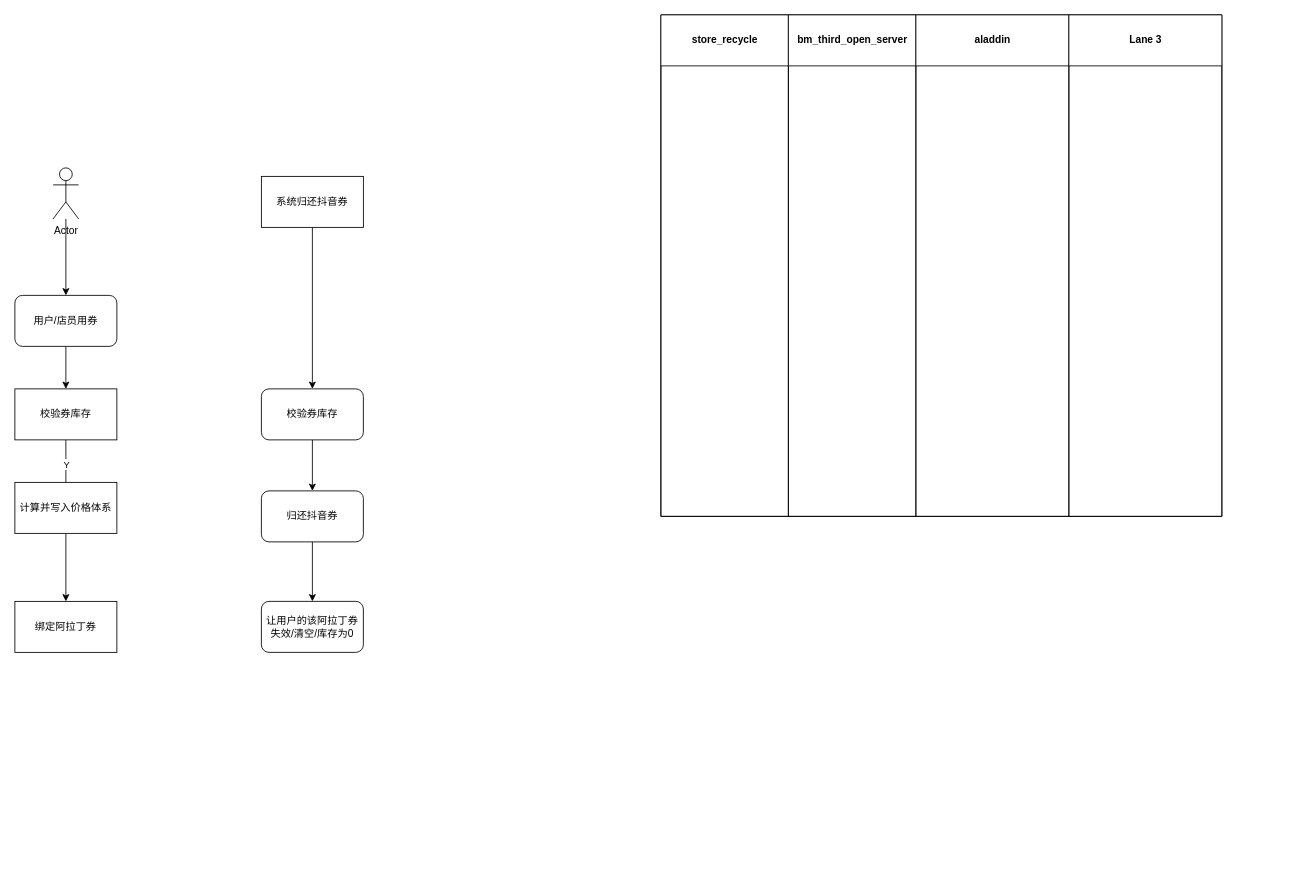
The draw.io diagram 未命名绘图.drawio in resp-200/drowio, before the edit. Source tidied: cells renumbered, new cells numbered last; positions are measured from the earlier drawing's top-left corner, leaving out a move shared by most shapes. Both pictures are drawn from the tidied source at 85%, with x=0, y=0 at pixel (14, 14).
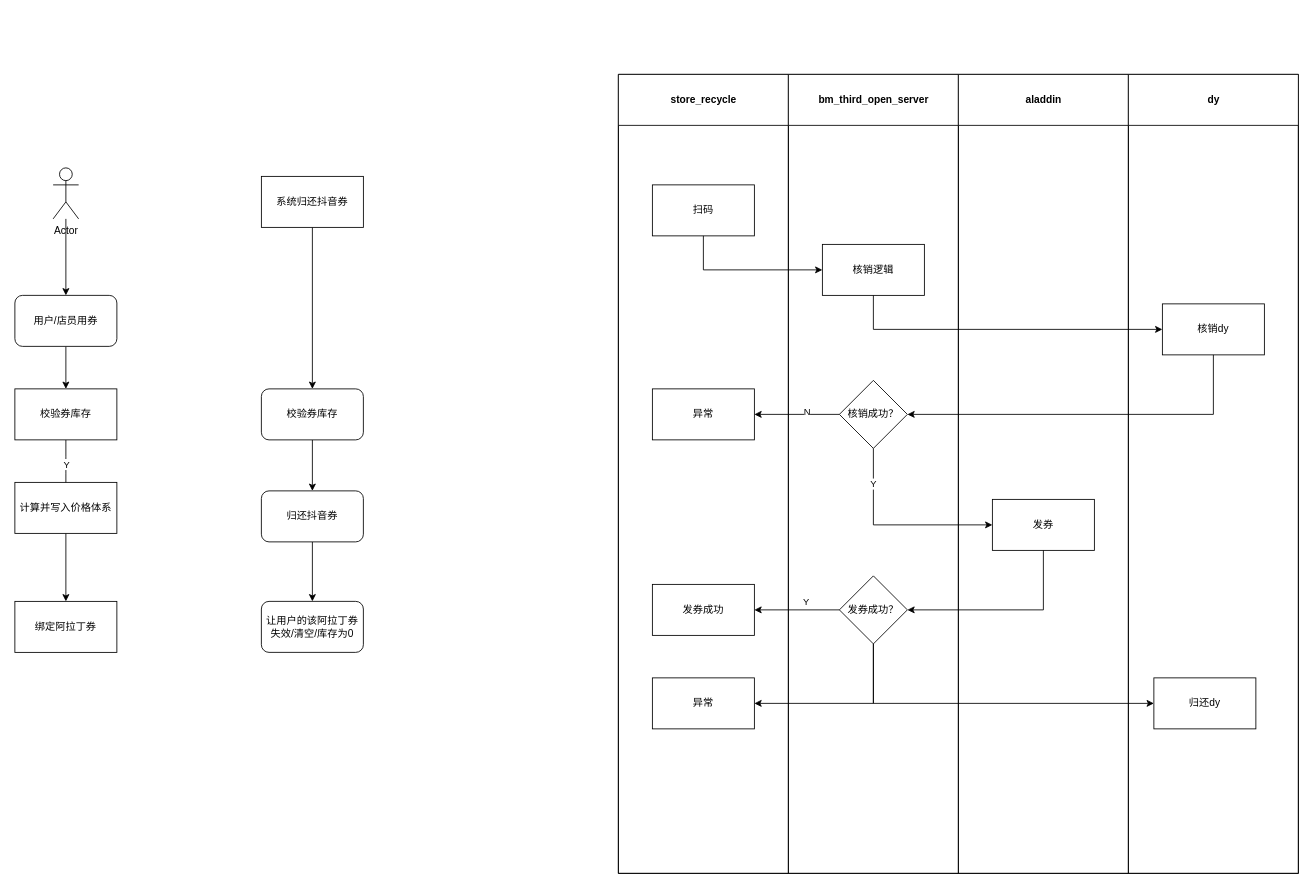
The same diagram, later.

Commit message:
更新未命名绘图.drawio

What changed in the source:
```diff
@@
     <mxCell id="19" style="swimlane;startSize=0;html=1;" parent="1" vertex="1">
-      <mxGeometry x="760" width="660" height="590" as="geometry" />
+      <mxGeometry x="710" y="70" width="800" height="940" as="geometry" />
     </mxCell>
     <mxCell id="20" value="store_recycle" style="swimlane;startSize=60;html=1;" parent="19" vertex="1">
-      <mxGeometry width="150" height="590" as="geometry" />
+      <mxGeometry width="200" height="940" as="geometry" />
     </mxCell>
+    <mxCell id="24" value="扫码" style="rounded=0;whiteSpace=wrap;html=1;" parent="20" vertex="1">
+      <mxGeometry x="40" y="130" width="120" height="60" as="geometry" />
+    </mxCell>
+    <mxCell id="25" value="异常" style="rounded=0;whiteSpace=wrap;html=1;" parent="20" vertex="1">
+      <mxGeometry x="40" y="370" width="120" height="60" as="geometry" />
+    </mxCell>
+    <mxCell id="26" value="发券成功" style="rounded=0;whiteSpace=wrap;html=1;" parent="20" vertex="1">
+      <mxGeometry x="40" y="600" width="120" height="60" as="geometry" />
+    </mxCell>
+    <mxCell id="27" value="异常" style="rounded=0;whiteSpace=wrap;html=1;" parent="20" vertex="1">
+      <mxGeometry x="40" y="710" width="120" height="60" as="geometry" />
+    </mxCell>
     <mxCell id="21" value="bm_third_open_server" style="swimlane;startSize=60;html=1;" parent="19" vertex="1">
-      <mxGeometry x="150" width="150" height="590" as="geometry" />
+      <mxGeometry x="200" width="200" height="940" as="geometry" />
     </mxCell>
+    <mxCell id="28" value="核销逻辑" style="rounded=0;whiteSpace=wrap;html=1;" parent="21" vertex="1">
+      <mxGeometry x="40" y="200" width="120" height="60" as="geometry" />
+    </mxCell>
+    <mxCell id="29" value="核销成功？" style="rhombus;whiteSpace=wrap;html=1;" parent="21" vertex="1">
+      <mxGeometry x="60" y="360" width="80" height="80" as="geometry" />
+    </mxCell>
+    <mxCell id="30" value="发券成功？" style="rhombus;whiteSpace=wrap;html=1;" parent="21" vertex="1">
+      <mxGeometry x="60" y="590" width="80" height="80" as="geometry" />
+    </mxCell>
     <mxCell id="22" value="aladdin" style="swimlane;startSize=60;html=1;" parent="19" vertex="1">
-      <mxGeometry x="300" width="180" height="590" as="geometry" />
+      <mxGeometry x="400" width="200" height="940" as="geometry" />
     </mxCell>
+    <mxCell id="31" value="发券" style="rounded=0;whiteSpace=wrap;html=1;" parent="22" vertex="1">
+      <mxGeometry x="40" y="500" width="120" height="60" as="geometry" />
+    </mxCell>
+    <mxCell id="32" style="edgeStyle=orthogonalEdgeStyle;rounded=0;jettySize=auto;html=1;exitX=0.5;exitY=1;exitDx=0;exitDy=0;entryX=0;entryY=0.5;entryDx=0;entryDy=0;" parent="19" edge="1" source="24" target="28">
+      <mxGeometry relative="1" as="geometry" />
+    </mxCell>
-    <mxCell id="23" value="Lane 3" style="swimlane;startSize=60;html=1;" parent="19" vertex="1">
-      <mxGeometry x="480" width="180" height="590" as="geometry" />
+    <mxCell id="23" value="dy" style="swimlane;startSize=60;html=1;" parent="19" vertex="1">
+      <mxGeometry x="600" width="200" height="940" as="geometry" />
     </mxCell>
+    <mxCell id="33" value="核销dy" style="rounded=0;whiteSpace=wrap;html=1;" parent="23" vertex="1">
+      <mxGeometry x="40" y="270" width="120" height="60" as="geometry" />
+    </mxCell>
+    <mxCell id="34" value="归还dy" style="rounded=0;whiteSpace=wrap;html=1;" parent="23" vertex="1">
+      <mxGeometry x="30" y="710" width="120" height="60" as="geometry" />
+    </mxCell>
+    <mxCell id="35" style="edgeStyle=orthogonalEdgeStyle;rounded=0;jettySize=auto;html=1;exitX=0.5;exitY=1;exitDx=0;exitDy=0;entryX=0;entryY=0.5;entryDx=0;entryDy=0;" parent="19" edge="1" source="28" target="33">
+      <mxGeometry relative="1" as="geometry" />
+    </mxCell>
+    <mxCell id="36" style="edgeStyle=orthogonalEdgeStyle;rounded=0;jettySize=auto;html=1;exitX=0.5;exitY=1;exitDx=0;exitDy=0;entryX=1;entryY=0.5;entryDx=0;entryDy=0;" parent="19" edge="1" source="33" target="29">
+      <mxGeometry relative="1" as="geometry" />
+    </mxCell>
+    <mxCell id="37" style="edgeStyle=orthogonalEdgeStyle;rounded=0;jettySize=auto;html=1;exitX=0;exitY=0.5;exitDx=0;exitDy=0;entryX=1;entryY=0.5;entryDx=0;entryDy=0;" parent="19" edge="1" source="29" target="25">
+      <mxGeometry relative="1" as="geometry" />
+    </mxCell>
+    <mxCell id="38" value="N" style="edgeLabel;html=1;align=center;verticalAlign=middle;" parent="37" vertex="1">
+      <mxGeometry x="-0.22" y="-4" relative="1" as="geometry" />
+    </mxCell>
+    <mxCell id="39" style="edgeStyle=orthogonalEdgeStyle;rounded=0;jettySize=auto;html=1;exitX=0.5;exitY=1;exitDx=0;exitDy=0;entryX=0;entryY=0.5;entryDx=0;entryDy=0;" parent="19" edge="1" source="29" target="31">
+      <mxGeometry relative="1" as="geometry" />
+    </mxCell>
+    <mxCell id="40" value="Y" style="edgeLabel;html=1;align=center;verticalAlign=middle;" parent="39" vertex="1">
+      <mxGeometry x="-0.64" y="-1" relative="1" as="geometry" />
+    </mxCell>
+    <mxCell id="41" style="edgeStyle=orthogonalEdgeStyle;rounded=0;jettySize=auto;html=1;exitX=0.5;exitY=1;exitDx=0;exitDy=0;entryX=1;entryY=0.5;entryDx=0;entryDy=0;" parent="19" edge="1" source="31" target="30">
+      <mxGeometry relative="1" as="geometry" />
+    </mxCell>
+    <mxCell id="42" style="edgeStyle=orthogonalEdgeStyle;rounded=0;jettySize=auto;html=1;exitX=0;exitY=0.5;exitDx=0;exitDy=0;entryX=1;entryY=0.5;entryDx=0;entryDy=0;" parent="19" edge="1" source="30" target="26">
+      <mxGeometry relative="1" as="geometry" />
+    </mxCell>
+    <mxCell id="43" value="Y" style="edgeLabel;html=1;align=center;verticalAlign=middle;" parent="42" vertex="1">
+      <mxGeometry x="-0.2" y="2" relative="1" as="geometry">
+        <mxPoint y="-12" as="offset" />
+      </mxGeometry>
+    </mxCell>
+    <mxCell id="44" style="edgeStyle=orthogonalEdgeStyle;rounded=0;jettySize=auto;html=1;exitX=0.5;exitY=1;exitDx=0;exitDy=0;entryX=1;entryY=0.5;entryDx=0;entryDy=0;" parent="19" edge="1" source="30" target="27">
+      <mxGeometry relative="1" as="geometry" />
+    </mxCell>
+    <mxCell id="45" style="edgeStyle=orthogonalEdgeStyle;rounded=0;jettySize=auto;html=1;exitX=0.5;exitY=1;exitDx=0;exitDy=0;entryX=0;entryY=0.5;entryDx=0;entryDy=0;" parent="19" edge="1" source="30" target="34">
+      <mxGeometry relative="1" as="geometry" />
+    </mxCell>
```
